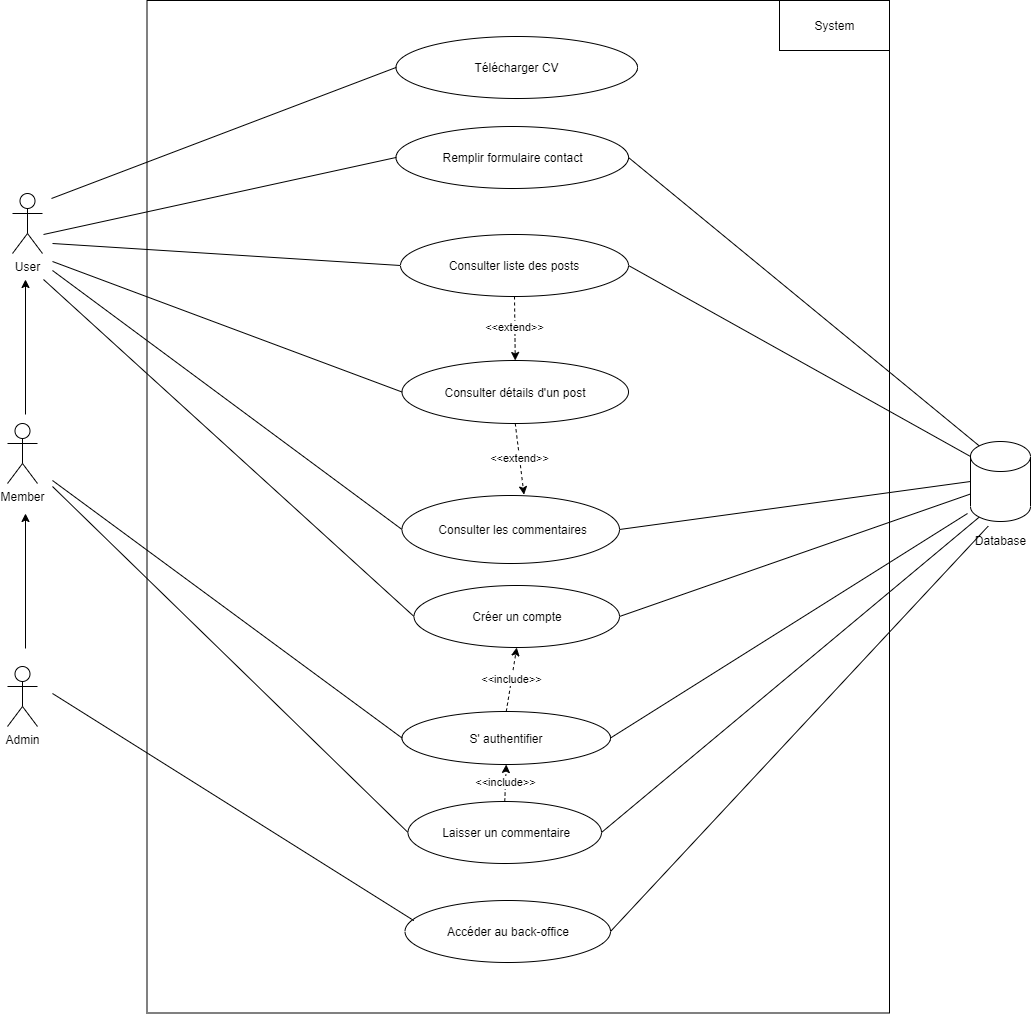
Before: UML/frontoffice.png, a diagram exported from draw.io (d4rkstrife/My-blog). Source tidied: cells renumbered, new cells last; positions are measured from the earlier drawing's top-left corner, leaving out a move shared by most shapes.
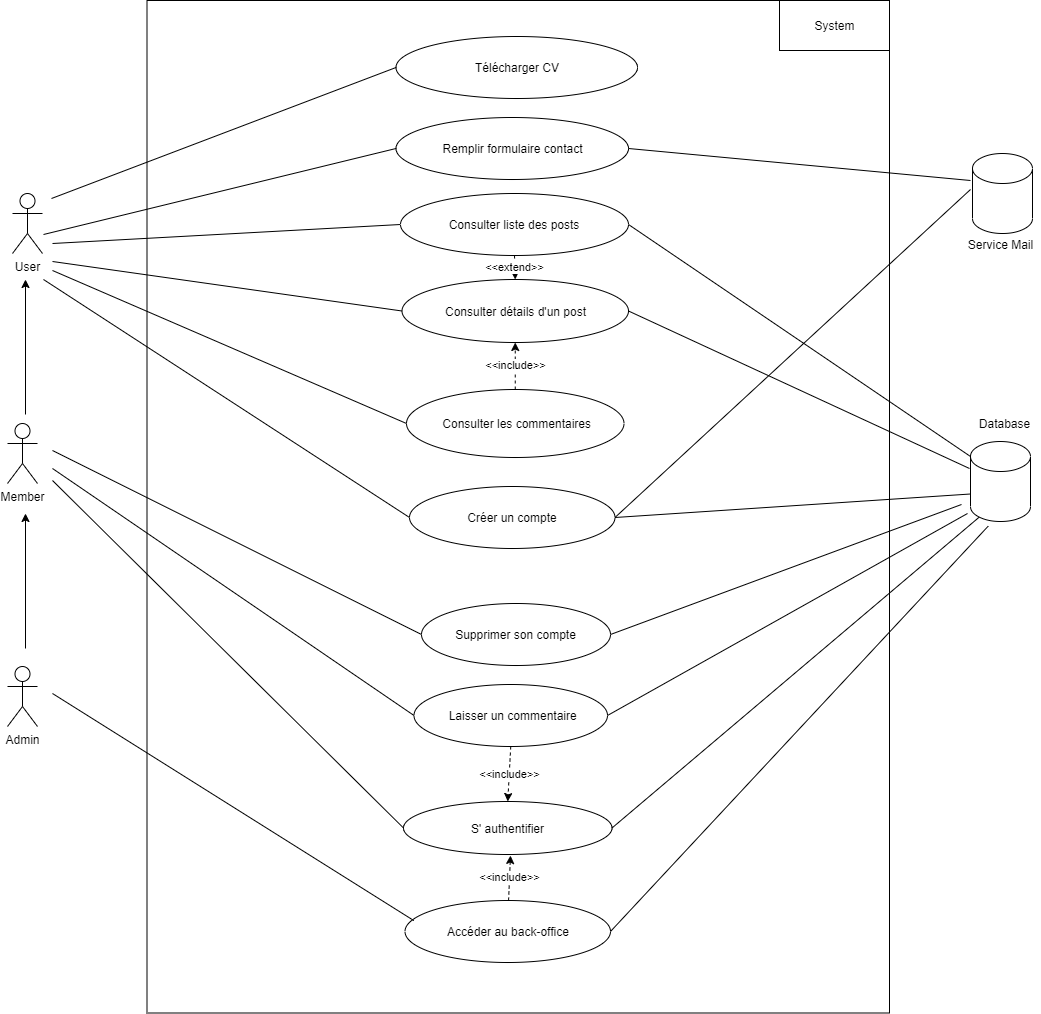
The same diagram one commit later.

Commit message:
usercases diagrams

Diff of the diagram source:
```diff
@@ -27,16 +27,13 @@
       <mxGeometry x="139.5" width="742.5" height="1012.5" as="geometry" />
     </mxCell>
     <mxCell id="8" value="Remplir formulaire contact" style="ellipse;whiteSpace=wrap;html=1;" parent="1" vertex="1">
-      <mxGeometry x="388.5" y="126" width="232.5" height="62" as="geometry" />
+      <mxGeometry x="388.5" y="117" width="232.5" height="62" as="geometry" />
     </mxCell>
-    <mxCell id="9" value="&amp;lt;&amp;lt;extend&amp;gt;&amp;gt;" style="edgeStyle=none;rounded=0;jettySize=auto;html=1;exitX=0.5;exitY=1;exitDx=0;exitDy=0;entryX=0.561;entryY=-0.012;entryDx=0;entryDy=0;entryPerimeter=0;dashed=1;endSize=6;" parent="1" edge="1" source="10" target="11">
-      <mxGeometry relative="1" as="geometry" />
-    </mxCell>
     <mxCell id="10" value="Consulter détails d'un post" style="ellipse;whiteSpace=wrap;html=1;" parent="1" vertex="1">
-      <mxGeometry x="394.5" y="360" width="226.5" height="63" as="geometry" />
+      <mxGeometry x="394.5" y="279" width="226.5" height="63" as="geometry" />
     </mxCell>
     <mxCell id="11" value="&amp;nbsp;Consulter les commentaires" style="ellipse;whiteSpace=wrap;html=1;" parent="1" vertex="1">
-      <mxGeometry x="394.5" y="495" width="217.5" height="68" as="geometry" />
+      <mxGeometry x="399" y="389" width="217.5" height="68" as="geometry" />
     </mxCell>
     <mxCell id="12" style="endArrow=none;html=1;entryX=0;entryY=0.5;entryDx=0;entryDy=0;endFill=0;" parent="1" edge="1" target="8">
       <mxGeometry relative="1" as="geometry">
@@ -53,22 +50,19 @@
         <mxPoint x="45" y="261" as="sourcePoint" />
       </mxGeometry>
     </mxCell>
-    <mxCell id="15" value="&amp;lt;&amp;lt;include&amp;gt;&amp;gt;" style="edgeStyle=none;rounded=0;jettySize=auto;html=1;exitX=0.5;exitY=0;exitDx=0;exitDy=0;entryX=0.5;entryY=1;entryDx=0;entryDy=0;dashed=1;endSize=6;" parent="1" edge="1" source="16" target="19">
+    <mxCell id="15" value="&amp;lt;&amp;lt;include&amp;gt;&amp;gt;" style="edgeStyle=none;rounded=0;jettySize=auto;html=1;exitX=0.5;exitY=1;exitDx=0;exitDy=0;entryX=0.5;entryY=0;entryDx=0;entryDy=0;dashed=1;endSize=6;" parent="1" edge="1" source="16" target="19">
       <mxGeometry relative="1" as="geometry" />
     </mxCell>
     <mxCell id="16" value="&amp;nbsp;Laisser un commentaire" style="ellipse;whiteSpace=wrap;html=1;" parent="1" vertex="1">
-      <mxGeometry x="400.5" y="801" width="193.5" height="62" as="geometry" />
+      <mxGeometry x="406.5" y="684" width="193.5" height="62" as="geometry" />
     </mxCell>
     <mxCell id="17" style="endArrow=none;html=1;entryX=0;entryY=0.5;entryDx=0;entryDy=0;endFill=0;" parent="1" edge="1" target="16">
       <mxGeometry relative="1" as="geometry">
-        <mxPoint x="45" y="486" as="sourcePoint" />
+        <mxPoint x="45" y="468" as="sourcePoint" />
       </mxGeometry>
     </mxCell>
-    <mxCell id="18" value="&amp;lt;&amp;lt;include&amp;gt;&amp;gt;" style="edgeStyle=none;rounded=0;jettySize=auto;html=1;exitX=0.5;exitY=0;exitDx=0;exitDy=0;entryX=0.5;entryY=1;entryDx=0;entryDy=0;dashed=1;endSize=6;" parent="1" edge="1" source="19" target="21">
-      <mxGeometry relative="1" as="geometry" />
-    </mxCell>
     <mxCell id="19" value="S' authentifier" style="ellipse;whiteSpace=wrap;html=1;" parent="1" vertex="1">
-      <mxGeometry x="394.5" y="711" width="208.5" height="53" as="geometry" />
+      <mxGeometry x="396" y="801" width="208.5" height="53" as="geometry" />
     </mxCell>
     <mxCell id="20" style="endArrow=none;html=1;entryX=0;entryY=0.5;entryDx=0;entryDy=0;endFill=0;" parent="1" edge="1" target="19">
       <mxGeometry relative="1" as="geometry">
@@ -76,7 +70,7 @@
       </mxGeometry>
     </mxCell>
     <mxCell id="21" value="Créer un compte" style="ellipse;whiteSpace=wrap;html=1;" parent="1" vertex="1">
-      <mxGeometry x="406.5" y="585" width="205.5" height="62" as="geometry" />
+      <mxGeometry x="402" y="486" width="205.5" height="62" as="geometry" />
     </mxCell>
     <mxCell id="22" style="endArrow=none;html=1;entryX=0;entryY=0.5;entryDx=0;entryDy=0;endFill=0;" parent="1" edge="1" target="21">
       <mxGeometry relative="1" as="geometry">
@@ -98,37 +92,29 @@
       <mxGeometry x="963" y="441" width="60" height="80" as="geometry" />
     </mxCell>
     <mxCell id="27" value="Database" style="text;html=1;align=center;verticalAlign=middle;strokeColor=none;" parent="1" vertex="1">
-      <mxGeometry x="961.5" y="531" width="63" height="18" as="geometry" />
+      <mxGeometry x="965" y="414" width="63" height="18" as="geometry" />
     </mxCell>
     <mxCell id="28" style="endArrow=none;html=1;rounded=1;entryX=0;entryY=0;entryDx=0;entryDy=52.5;entryPerimeter=0;exitX=1;exitY=0.5;exitDx=0;exitDy=0;endFill=0;" parent="1" edge="1" source="21" target="26">
       <mxGeometry relative="1" as="geometry" />
     </mxCell>
-    <mxCell id="29" style="endArrow=none;html=1;rounded=1;entryX=0;entryY=0.5;entryDx=0;entryDy=0;entryPerimeter=0;exitX=1;exitY=0.5;exitDx=0;exitDy=0;endFill=0;" parent="1" edge="1" source="11" target="26">
-      <mxGeometry relative="1" as="geometry" />
-    </mxCell>
     <mxCell id="30" value="&amp;lt;&amp;lt;extend&amp;gt;&amp;gt;" style="edgeStyle=none;rounded=0;jettySize=auto;html=1;exitX=0.5;exitY=1;exitDx=0;exitDy=0;dashed=1;endSize=6;" parent="1" edge="1" source="31" target="10">
       <mxGeometry relative="1" as="geometry" />
     </mxCell>
     <mxCell id="31" value="Consulter liste des posts" style="ellipse;whiteSpace=wrap;html=1;" parent="1" vertex="1">
-      <mxGeometry x="393" y="234" width="228" height="62" as="geometry" />
+      <mxGeometry x="393" y="193" width="228" height="62" as="geometry" />
     </mxCell>
     <mxCell id="32" style="endArrow=none;html=1;entryX=0;entryY=0.5;entryDx=0;entryDy=0;endFill=0;" parent="1" edge="1" target="11">
       <mxGeometry relative="1" as="geometry">
         <mxPoint x="45" y="270" as="sourcePoint" />
       </mxGeometry>
     </mxCell>
-    <mxCell id="33" style="endArrow=none;html=1;rounded=1;entryX=0.145;entryY=0;entryDx=0;entryDy=4.35;entryPerimeter=0;exitX=1;exitY=0.5;exitDx=0;exitDy=0;endFill=0;" parent="1" edge="1" source="8" target="26">
-      <mxGeometry relative="1" as="geometry" />
-    </mxCell>
     <mxCell id="34" style="endArrow=none;html=1;rounded=1;entryX=0;entryY=0;entryDx=0;entryDy=15;entryPerimeter=0;exitX=1;exitY=0.5;exitDx=0;exitDy=0;endFill=0;" parent="1" edge="1" source="31" target="26">
       <mxGeometry relative="1" as="geometry" />
     </mxCell>
-    <mxCell id="35" style="endArrow=none;html=1;rounded=1;exitX=1;exitY=0.5;exitDx=0;exitDy=0;endFill=0;" parent="1" edge="1" source="19">
-      <mxGeometry relative="1" as="geometry">
-        <mxPoint x="960" y="513" as="targetPoint" />
-      </mxGeometry>
+    <mxCell id="35" style="endArrow=none;html=1;rounded=1;exitX=1;exitY=0.5;exitDx=0;exitDy=0;endFill=0;entryX=0.145;entryY=1;entryDx=0;entryDy=-4.35;entryPerimeter=0;" parent="1" edge="1" source="19" target="26">
+      <mxGeometry relative="1" as="geometry" />
     </mxCell>
-    <mxCell id="36" style="endArrow=none;html=1;rounded=1;entryX=0.145;entryY=1;entryDx=0;entryDy=-4.35;entryPerimeter=0;exitX=1;exitY=0.5;exitDx=0;exitDy=0;endFill=0;" parent="1" edge="1" source="16" target="26">
+    <mxCell id="36" style="endArrow=none;html=1;rounded=1;entryX=-0.05;entryY=0.9;entryDx=0;entryDy=0;entryPerimeter=0;exitX=1;exitY=0.5;exitDx=0;exitDy=0;endFill=0;" parent="1" edge="1" source="16" target="26">
       <mxGeometry relative="1" as="geometry" />
     </mxCell>
     <mxCell id="37" value="Télécharger CV" style="ellipse;whiteSpace=wrap;html=1;" parent="1" vertex="1">
@@ -144,5 +130,47 @@
         <mxPoint x="980.7" y="525.6" as="targetPoint" />
       </mxGeometry>
     </mxCell>
+    <mxCell id="40" style="endArrow=none;html=1;rounded=1;exitX=1;exitY=0.5;exitDx=0;exitDy=0;endFill=0;" parent="1" edge="1" source="10">
+      <mxGeometry relative="1" as="geometry">
+        <mxPoint x="962" y="468" as="targetPoint" />
+      </mxGeometry>
+    </mxCell>
+    <mxCell id="18" value="&amp;lt;&amp;lt;include&amp;gt;&amp;gt;" style="edgeStyle=none;rounded=0;jettySize=auto;html=1;exitX=0.5;exitY=0;exitDx=0;exitDy=0;entryX=0.5;entryY=1;entryDx=0;entryDy=0;dashed=1;endSize=6;" parent="1" edge="1" source="11" target="10">
+      <mxGeometry relative="1" as="geometry" />
+    </mxCell>
+    <mxCell id="41" value="&amp;lt;&amp;lt;include&amp;gt;&amp;gt;" style="edgeStyle=none;rounded=0;jettySize=auto;html=1;dashed=1;endSize=6;" parent="1" edge="1" source="23">
+      <mxGeometry relative="1" as="geometry">
+        <mxPoint x="503" y="855" as="targetPoint" />
+      </mxGeometry>
+    </mxCell>
+    <mxCell id="42" style="shape=cylinder3;whiteSpace=wrap;html=1;boundedLbl=1;backgroundOutline=1;size=15;" parent="1" vertex="1">
+      <mxGeometry x="965" y="153" width="60" height="80" as="geometry" />
+    </mxCell>
+    <mxCell id="43" value="Service Mail" style="text;html=1;align=center;verticalAlign=middle;strokeColor=none;" parent="1" vertex="1">
+      <mxGeometry x="952.5" y="235" width="81" height="18" as="geometry" />
+    </mxCell>
+    <mxCell id="44" style="endArrow=none;html=1;rounded=1;exitX=1;exitY=0.5;exitDx=0;exitDy=0;endFill=0;" parent="1" edge="1" source="8">
+      <mxGeometry relative="1" as="geometry">
+        <mxPoint x="963" y="180" as="targetPoint" />
+      </mxGeometry>
+    </mxCell>
+    <mxCell id="45" style="endArrow=none;html=1;exitX=1;exitY=0.5;exitDx=0;exitDy=0;" parent="1" edge="1" source="21">
+      <mxGeometry relative="1" as="geometry">
+        <mxPoint x="963" y="189" as="targetPoint" />
+      </mxGeometry>
+    </mxCell>
+    <mxCell id="46" value="Supprimer son compte" style="ellipse;whiteSpace=wrap;html=1;" parent="1" vertex="1">
+      <mxGeometry x="414" y="603" width="189" height="62" as="geometry" />
+    </mxCell>
+    <mxCell id="47" style="endArrow=none;html=1;entryX=0;entryY=0.5;entryDx=0;entryDy=0;endFill=0;" parent="1" edge="1" target="46">
+      <mxGeometry relative="1" as="geometry">
+        <mxPoint x="45" y="450" as="sourcePoint" />
+      </mxGeometry>
+    </mxCell>
+    <mxCell id="48" style="endArrow=none;html=1;endFill=0;exitX=1;exitY=0.5;exitDx=0;exitDy=0;" parent="1" edge="1" source="46">
+      <mxGeometry relative="1" as="geometry">
+        <mxPoint x="954" y="504" as="targetPoint" />
+      </mxGeometry>
+    </mxCell>
   </root>
 </mxGraphModel>
```
